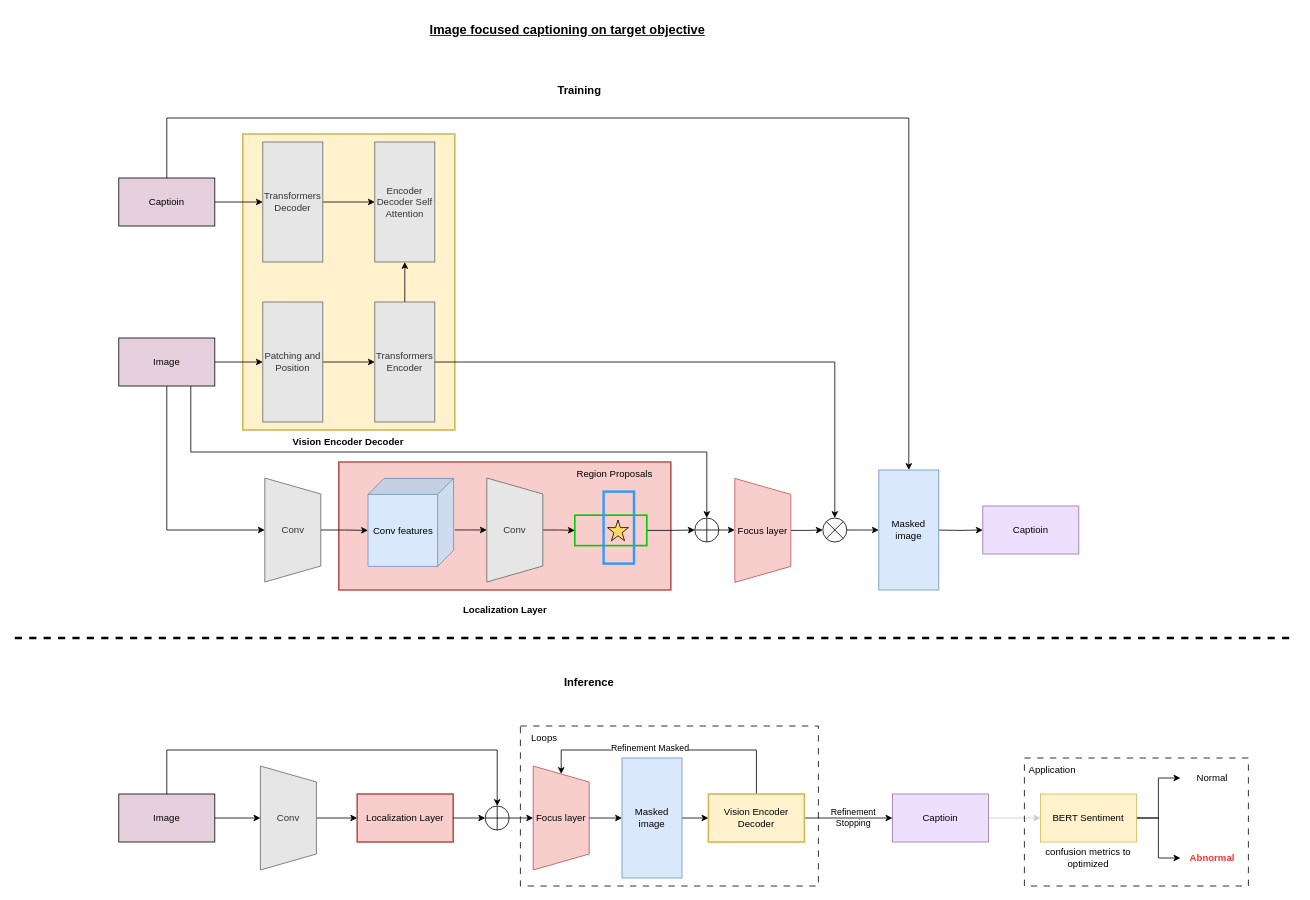
MingNarongthat/Anomaly_Transformers keeps this draw.io diagram as page "Page-10" (8 of 8) of Architecture.drawio. Above is the earlier version. Source tidied: cells renumbered, new cells numbered last; positions are measured from the earlier drawing's top-left corner, leaving out a move shared by most shapes. Both pictures are drawn from the tidied source at 80%, with x=0, y=0 at pixel (14, 14).
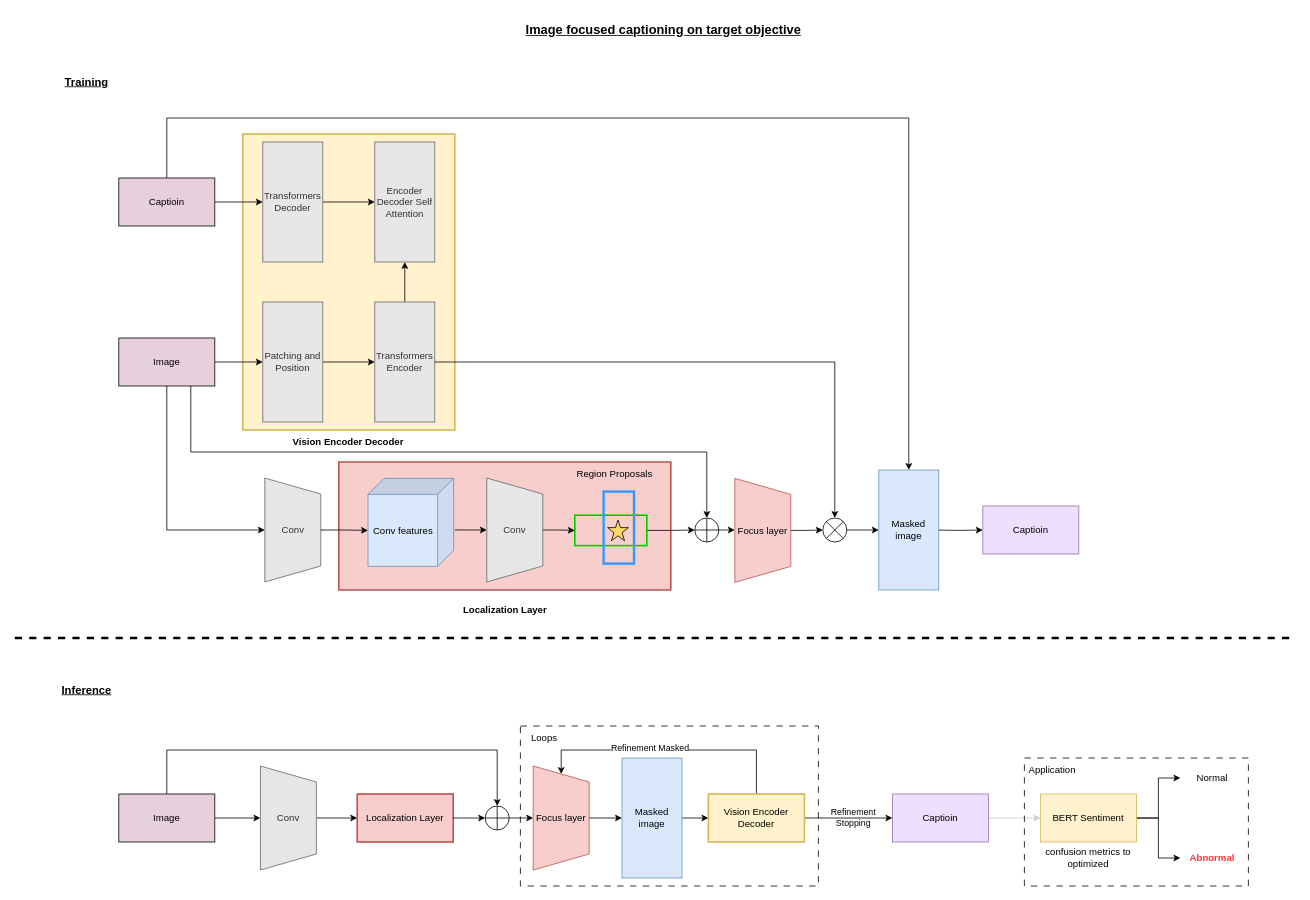
The same diagram, later.

Diff of the diagram source:
```diff
@@
-    <mxCell id="38" value="Training" style="text;html=1;strokeColor=none;fillColor=none;align=center;verticalAlign=middle;whiteSpace=wrap;rounded=0;fontStyle=1;fontSize=14;" parent="1" vertex="1">
-      <mxGeometry x="676.2" y="80" width="60" height="30" as="geometry" />
+    <mxCell id="38" value="Training" style="text;html=1;strokeColor=none;fillColor=none;align=center;verticalAlign=middle;whiteSpace=wrap;rounded=0;fontStyle=5;fontSize=14;" parent="1" vertex="1">
+      <mxGeometry x="60" y="70" width="60" height="30" as="geometry" />
     </mxCell>
     <mxCell id="39" value="Image focused captioning on target objective" style="rounded=0;whiteSpace=wrap;html=1;fillColor=none;strokeColor=none;fontStyle=5;fontSize=16;" parent="1" vertex="1">
-      <mxGeometry x="390" width="602" height="40" as="geometry" />
+      <mxGeometry x="510" width="602" height="40" as="geometry" />
     </mxCell>
-    <mxCell id="40" value="Inference" style="text;html=1;strokeColor=none;fillColor=none;align=center;verticalAlign=middle;whiteSpace=wrap;rounded=0;fontStyle=1;fontSize=14;" parent="1" vertex="1">
-      <mxGeometry x="688" y="820" width="60" height="30" as="geometry" />
+    <mxCell id="40" value="Inference" style="text;html=1;strokeColor=none;fillColor=none;align=center;verticalAlign=middle;whiteSpace=wrap;rounded=0;fontStyle=5;fontSize=14;" parent="1" vertex="1">
+      <mxGeometry x="60" y="830" width="60" height="30" as="geometry" />
     </mxCell>
```
